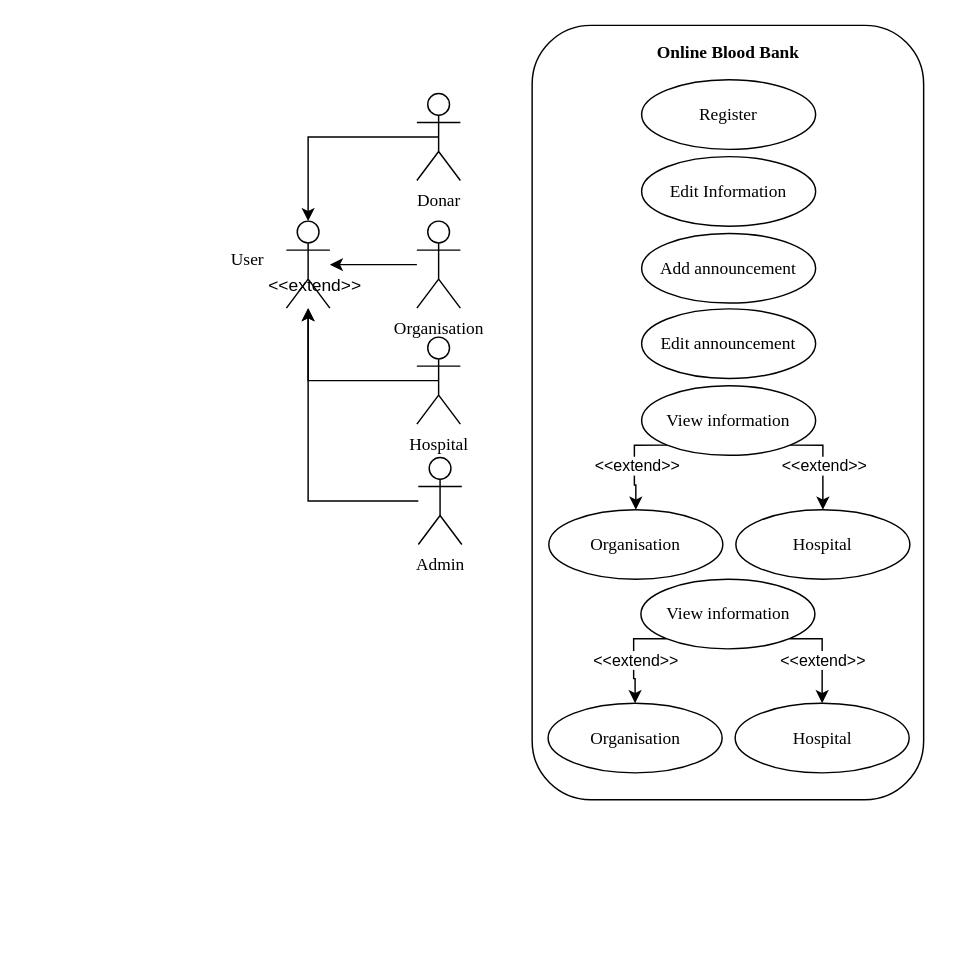
Earlier version of the draw.io diagram Untitled Diagram.drawio (MADEYE42/SE-Mini-Project). Source tidied: cells renumbered, new cells numbered last; positions are measured from the earlier drawing's top-left corner, leaving out a move shared by most shapes. Both pictures are drawn from the tidied source at 145%, with x=0, y=0 at pixel (210, 25).
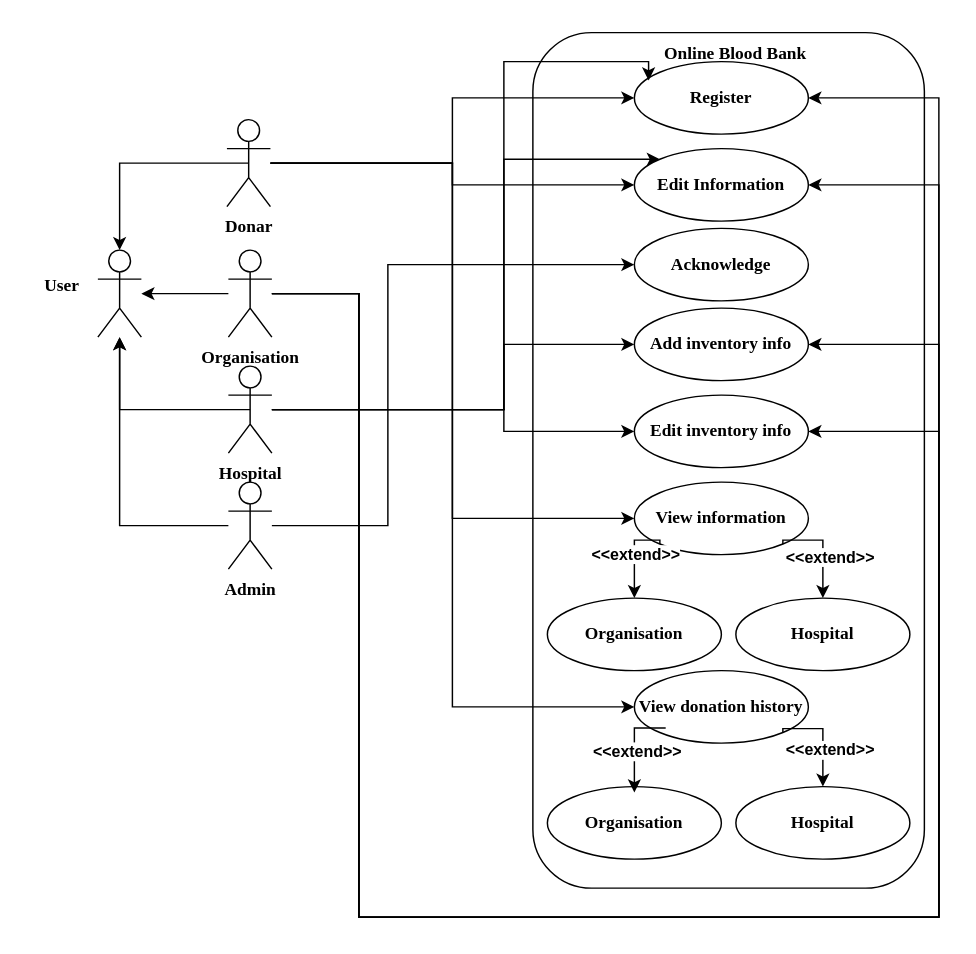
The same diagram, later.

Diff of the diagram source:
```diff
@@
-<mxGraphModel>
+<mxGraphModel background="#ffffff">
@@
+    <mxCell id="3" style="edgeStyle=orthogonalEdgeStyle;rounded=0;jettySize=auto;html=1;exitX=0.5;exitY=0.5;exitDx=0;exitDy=0;exitPerimeter=0;fontFamily=Times New Roman;fontStyle=1;" parent="1" edge="1" source="4" target="2">
+      <mxGeometry relative="1" as="geometry" />
+    </mxCell>
+    <mxCell id="5" style="edgeStyle=orthogonalEdgeStyle;rounded=0;jettySize=auto;html=1;fontFamily=Times New Roman;fontStyle=1;" parent="1" edge="1" source="6" target="2">
+      <mxGeometry relative="1" as="geometry" />
+    </mxCell>
+    <mxCell id="12" style="rounded=1;whiteSpace=wrap;html=1;fontFamily=Times New Roman;fontStyle=1;" parent="1" vertex="1">
+      <mxGeometry x="222" y="5" width="270" height="590" as="geometry" />
+    </mxCell>
-    <mxCell id="2" style="shape=umlActor;verticalLabelPosition=bottom;verticalAlign=top;html=1;outlineConnect=0;fontFamily=Times New Roman;" parent="1" vertex="1">
-      <mxGeometry x="52" y="135" width="30" height="60" as="geometry" />
+    <mxCell id="2" style="shape=umlActor;verticalLabelPosition=bottom;verticalAlign=top;html=1;outlineConnect=0;fontFamily=Times New Roman;fontStyle=1;" parent="1" vertex="1">
+      <mxGeometry x="-78" y="155" width="30" height="60" as="geometry" />
     </mxCell>
-    <mxCell id="3" style="edgeStyle=orthogonalEdgeStyle;rounded=0;jettySize=auto;html=1;exitX=0.5;exitY=0.5;exitDx=0;exitDy=0;exitPerimeter=0;fontFamily=Times New Roman;" parent="1" edge="1" source="4" target="2">
-      <mxGeometry relative="1" as="geometry" />
-    </mxCell>
+    <mxCell id="33" style="edgeStyle=orthogonalEdgeStyle;rounded=0;jettySize=auto;html=1;entryX=0;entryY=0;entryDx=0;entryDy=0;fontStyle=1;" parent="1" edge="1" source="4" target="15">
+      <mxGeometry relative="1" as="geometry">
+        <Array as="points">
+          <mxPoint x="202" y="265" />
+          <mxPoint x="202" y="92" />
+        </Array>
+      </mxGeometry>
+    </mxCell>
+    <mxCell id="34" style="edgeStyle=orthogonalEdgeStyle;rounded=0;jettySize=auto;html=1;fontStyle=1;" parent="1" edge="1" source="4" target="16">
+      <mxGeometry relative="1" as="geometry">
+        <Array as="points">
+          <mxPoint x="202" y="265" />
+          <mxPoint x="202" y="220" />
+        </Array>
+      </mxGeometry>
+    </mxCell>
+    <mxCell id="35" style="edgeStyle=orthogonalEdgeStyle;rounded=0;jettySize=auto;html=1;fontStyle=1;" parent="1" edge="1" source="4" target="17">
+      <mxGeometry relative="1" as="geometry">
+        <Array as="points">
+          <mxPoint x="202" y="265" />
+          <mxPoint x="202" y="280" />
+        </Array>
+      </mxGeometry>
+    </mxCell>
-    <mxCell id="4" value="Hospital" style="shape=umlActor;verticalLabelPosition=bottom;verticalAlign=top;html=1;outlineConnect=0;fontFamily=Times New Roman;" parent="1" vertex="1">
-      <mxGeometry x="142" y="215" width="30" height="60" as="geometry" />
+    <mxCell id="4" value="Hospital" style="shape=umlActor;verticalLabelPosition=bottom;verticalAlign=top;html=1;outlineConnect=0;fontFamily=Times New Roman;fontStyle=1;" parent="1" vertex="1">
+      <mxGeometry x="12" y="235" width="30" height="60" as="geometry" />
     </mxCell>
-    <mxCell id="5" style="edgeStyle=orthogonalEdgeStyle;rounded=0;jettySize=auto;html=1;fontFamily=Times New Roman;" parent="1" edge="1" source="6" target="2">
-      <mxGeometry relative="1" as="geometry" />
-    </mxCell>
+    <mxCell id="36" style="edgeStyle=orthogonalEdgeStyle;rounded=0;jettySize=auto;html=1;entryX=1;entryY=0.5;entryDx=0;entryDy=0;fontStyle=1;" parent="1" edge="1" source="6" target="14">
+      <mxGeometry relative="1" as="geometry">
+        <Array as="points">
+          <mxPoint x="102" y="185" />
+          <mxPoint x="102" y="615" />
+          <mxPoint x="502" y="615" />
+          <mxPoint x="502" y="50" />
+        </Array>
+      </mxGeometry>
+    </mxCell>
+    <mxCell id="37" style="edgeStyle=orthogonalEdgeStyle;rounded=0;jettySize=auto;html=1;entryX=1;entryY=0.5;entryDx=0;entryDy=0;fontStyle=1;" parent="1" edge="1" source="6" target="15">
+      <mxGeometry relative="1" as="geometry">
+        <Array as="points">
+          <mxPoint x="102" y="185" />
+          <mxPoint x="102" y="615" />
+          <mxPoint x="502" y="615" />
+          <mxPoint x="502" y="110" />
+        </Array>
+      </mxGeometry>
+    </mxCell>
+    <mxCell id="38" style="edgeStyle=orthogonalEdgeStyle;rounded=0;jettySize=auto;html=1;entryX=1;entryY=0.5;entryDx=0;entryDy=0;fontStyle=1;" parent="1" edge="1" source="6" target="16">
+      <mxGeometry relative="1" as="geometry">
+        <Array as="points">
+          <mxPoint x="102" y="185" />
+          <mxPoint x="102" y="615" />
+          <mxPoint x="502" y="615" />
+          <mxPoint x="502" y="220" />
+        </Array>
+      </mxGeometry>
+    </mxCell>
+    <mxCell id="39" style="edgeStyle=orthogonalEdgeStyle;rounded=0;jettySize=auto;html=1;entryX=1;entryY=0.5;entryDx=0;entryDy=0;fontStyle=1;" parent="1" edge="1" source="6" target="17">
+      <mxGeometry relative="1" as="geometry">
+        <Array as="points">
+          <mxPoint x="102" y="185" />
+          <mxPoint x="102" y="615" />
+          <mxPoint x="502" y="615" />
+          <mxPoint x="502" y="280" />
+        </Array>
+      </mxGeometry>
+    </mxCell>
-    <mxCell id="6" value="Organisation" style="shape=umlActor;verticalLabelPosition=bottom;verticalAlign=top;html=1;outlineConnect=0;fontFamily=Times New Roman;" parent="1" vertex="1">
-      <mxGeometry x="142" y="135" width="30" height="60" as="geometry" />
+    <mxCell id="6" value="Organisation" style="shape=umlActor;verticalLabelPosition=bottom;verticalAlign=top;html=1;outlineConnect=0;fontFamily=Times New Roman;fontStyle=1;" parent="1" vertex="1">
+      <mxGeometry x="12" y="155" width="30" height="60" as="geometry" />
     </mxCell>
+    <mxCell id="40" style="edgeStyle=orthogonalEdgeStyle;rounded=0;jettySize=auto;html=1;entryX=0;entryY=0.5;entryDx=0;entryDy=0;fontStyle=1;" parent="1" edge="1" source="7" target="22">
+      <mxGeometry relative="1" as="geometry" />
+    </mxCell>
+    <mxCell id="41" style="edgeStyle=orthogonalEdgeStyle;rounded=0;jettySize=auto;html=1;entryX=0;entryY=0.5;entryDx=0;entryDy=0;fontStyle=1;" parent="1" edge="1" source="7" target="14">
+      <mxGeometry relative="1" as="geometry" />
+    </mxCell>
+    <mxCell id="42" style="edgeStyle=orthogonalEdgeStyle;rounded=0;jettySize=auto;html=1;entryX=0;entryY=0.5;entryDx=0;entryDy=0;fontStyle=1;" parent="1" edge="1" source="7" target="15">
+      <mxGeometry relative="1" as="geometry" />
+    </mxCell>
-    <mxCell id="7" value="Donar" style="shape=umlActor;verticalLabelPosition=bottom;verticalAlign=top;html=1;outlineConnect=0;fontFamily=Times New Roman;" parent="1" vertex="1">
-      <mxGeometry x="142" y="47" width="30" height="60" as="geometry" />
+    <mxCell id="7" value="Donar" style="shape=umlActor;verticalLabelPosition=bottom;verticalAlign=top;html=1;outlineConnect=0;fontFamily=Times New Roman;fontStyle=1;" parent="1" vertex="1">
+      <mxGeometry x="11" y="65" width="30" height="60" as="geometry" />
     </mxCell>
-    <mxCell id="8" style="edgeStyle=orthogonalEdgeStyle;rounded=0;jettySize=auto;html=1;fontFamily=Times New Roman;" parent="1" edge="1" source="9" target="2">
-      <mxGeometry relative="1" as="geometry" />
-    </mxCell>
+    <mxCell id="43" style="edgeStyle=orthogonalEdgeStyle;rounded=0;jettySize=auto;html=1;entryX=0;entryY=0.5;entryDx=0;entryDy=0;fontStyle=1;" parent="1" edge="1" source="9" target="44">
+      <mxGeometry relative="1" as="geometry">
+        <Array as="points">
+          <mxPoint x="122" y="345" />
+          <mxPoint x="122" y="165" />
+        </Array>
+      </mxGeometry>
+    </mxCell>
-    <mxCell id="9" value="Admin" style="shape=umlActor;verticalLabelPosition=bottom;verticalAlign=top;html=1;outlineConnect=0;fontFamily=Times New Roman;" parent="1" vertex="1">
-      <mxGeometry x="143" y="298" width="30" height="60" as="geometry" />
+    <mxCell id="9" value="Admin" style="shape=umlActor;verticalLabelPosition=bottom;verticalAlign=top;html=1;outlineConnect=0;fontFamily=Times New Roman;fontStyle=1;" parent="1" vertex="1">
+      <mxGeometry x="12" y="315" width="30" height="60" as="geometry" />
     </mxCell>
-    <mxCell id="10" style="edgeStyle=orthogonalEdgeStyle;rounded=0;jettySize=auto;html=1;exitX=0.5;exitY=0.5;exitDx=0;exitDy=0;exitPerimeter=0;entryX=0.5;entryY=0;entryDx=0;entryDy=0;entryPerimeter=0;fontFamily=Times New Roman;" parent="1" edge="1" source="7" target="2">
-      <mxGeometry relative="1" as="geometry" />
-    </mxCell>
-    <mxCell id="11" value="User" style="text;html=1;align=center;verticalAlign=middle;strokeColor=none;fillColor=none;fontFamily=Times New Roman;" parent="1" vertex="1">
-      <mxGeometry y="147" width="50" height="30" as="geometry" />
-    </mxCell>
-    <mxCell id="12" style="rounded=1;whiteSpace=wrap;html=1;fontFamily=Times New Roman;" parent="1" vertex="1">
-      <mxGeometry x="221.5" width="270" height="534" as="geometry" />
-    </mxCell>
     <mxCell id="13" value="Online Blood Bank" style="text;html=1;align=center;verticalAlign=middle;whiteSpace=wrap;rounded=0;fontStyle=1;fontFamily=Times New Roman;" parent="1" vertex="1">
-      <mxGeometry x="297" y="4" width="120" height="30" as="geometry" />
+      <mxGeometry x="302" y="5" width="120" height="30" as="geometry" />
     </mxCell>
-    <mxCell id="14" value="Register" style="ellipse;whiteSpace=wrap;html=1;fontFamily=Times New Roman;" parent="1" vertex="1">
-      <mxGeometry x="297" y="37.5" width="120" height="48" as="geometry" />
+    <mxCell id="14" value="Register" style="ellipse;whiteSpace=wrap;html=1;fontFamily=Times New Roman;fontStyle=1;" parent="1" vertex="1">
+      <mxGeometry x="292" y="25" width="120" height="50" as="geometry" />
     </mxCell>
-    <mxCell id="15" value="Edit Information" style="ellipse;whiteSpace=wrap;html=1;fontFamily=Times New Roman;" parent="1" vertex="1">
-      <mxGeometry x="297" y="90.5" width="120" height="48" as="geometry" />
+    <mxCell id="15" value="Edit Information" style="ellipse;whiteSpace=wrap;html=1;fontFamily=Times New Roman;fontStyle=1;" parent="1" vertex="1">
+      <mxGeometry x="292" y="85" width="120" height="50" as="geometry" />
     </mxCell>
-    <mxCell id="16" value="Add announcement" style="ellipse;whiteSpace=wrap;html=1;fontFamily=Times New Roman;" parent="1" vertex="1">
-      <mxGeometry x="297" y="143.5" width="120" height="48" as="geometry" />
+    <mxCell id="16" value="Add inventory info" style="ellipse;whiteSpace=wrap;html=1;fontFamily=Times New Roman;fontStyle=1;" parent="1" vertex="1">
+      <mxGeometry x="292" y="195" width="120" height="50" as="geometry" />
     </mxCell>
-    <mxCell id="17" value="Edit announcement" style="ellipse;whiteSpace=wrap;html=1;fontFamily=Times New Roman;" parent="1" vertex="1">
-      <mxGeometry x="297" y="195.5" width="120" height="48" as="geometry" />
+    <mxCell id="17" value="Edit inventory info" style="ellipse;whiteSpace=wrap;html=1;fontFamily=Times New Roman;fontStyle=1;" parent="1" vertex="1">
+      <mxGeometry x="292" y="255" width="120" height="50" as="geometry" />
     </mxCell>
+    <mxCell id="22" value="View information" style="ellipse;whiteSpace=wrap;html=1;fontFamily=Times New Roman;fontStyle=1;" parent="1" vertex="1">
+      <mxGeometry x="292" y="315" width="120" height="50" as="geometry" />
+    </mxCell>
+    <mxCell id="23" value="Organisation" style="ellipse;whiteSpace=wrap;html=1;fontFamily=Times New Roman;fontStyle=1;" parent="1" vertex="1">
+      <mxGeometry x="232" y="395" width="120" height="50" as="geometry" />
+    </mxCell>
+    <mxCell id="24" value="Hospital" style="ellipse;whiteSpace=wrap;html=1;fontFamily=Times New Roman;fontStyle=1;" parent="1" vertex="1">
+      <mxGeometry x="362" y="395" width="120" height="50" as="geometry" />
+    </mxCell>
+    <mxCell id="30" value="View donation history" style="ellipse;whiteSpace=wrap;html=1;fontFamily=Times New Roman;fontStyle=1;" parent="1" vertex="1">
+      <mxGeometry x="292" y="445" width="120" height="50" as="geometry" />
+    </mxCell>
+    <mxCell id="31" value="Organisation" style="ellipse;whiteSpace=wrap;html=1;fontFamily=Times New Roman;fontStyle=1;" parent="1" vertex="1">
+      <mxGeometry x="232" y="525" width="120" height="50" as="geometry" />
+    </mxCell>
+    <mxCell id="32" value="Hospital" style="ellipse;whiteSpace=wrap;html=1;fontFamily=Times New Roman;fontStyle=1;" parent="1" vertex="1">
+      <mxGeometry x="362" y="525" width="120" height="50" as="geometry" />
+    </mxCell>
+    <mxCell id="44" value="Acknowledge" style="ellipse;whiteSpace=wrap;html=1;fontFamily=Times New Roman;fontStyle=1;" parent="1" vertex="1">
+      <mxGeometry x="292" y="140" width="120" height="50" as="geometry" />
+    </mxCell>
+    <mxCell id="45" style="edgeStyle=orthogonalEdgeStyle;rounded=0;jettySize=auto;html=1;entryX=0;entryY=0.5;entryDx=0;entryDy=0;fontStyle=1;" parent="1" edge="1" source="7" target="30">
+      <mxGeometry relative="1" as="geometry" />
+    </mxCell>
+    <mxCell id="8" style="edgeStyle=orthogonalEdgeStyle;rounded=0;jettySize=auto;html=1;fontFamily=Times New Roman;fontStyle=1;" parent="1" edge="1" source="9" target="2">
+      <mxGeometry relative="1" as="geometry" />
+    </mxCell>
+    <mxCell id="10" style="edgeStyle=orthogonalEdgeStyle;rounded=0;jettySize=auto;html=1;exitX=0.5;exitY=0.5;exitDx=0;exitDy=0;exitPerimeter=0;entryX=0.5;entryY=0;entryDx=0;entryDy=0;entryPerimeter=0;fontFamily=Times New Roman;fontStyle=1;" parent="1" edge="1" source="7" target="2">
+      <mxGeometry relative="1" as="geometry" />
+    </mxCell>
+    <mxCell id="11" value="User" style="text;html=1;align=center;verticalAlign=middle;strokeColor=none;fillColor=none;fontFamily=Times New Roman;fontStyle=1;" parent="1" vertex="1">
+      <mxGeometry x="-128" y="165" width="50" height="30" as="geometry" />
+    </mxCell>
-    <mxCell id="18" style="edgeStyle=orthogonalEdgeStyle;rounded=0;jettySize=auto;html=1;exitX=1;exitY=1;exitDx=0;exitDy=0;entryX=0.5;entryY=0;entryDx=0;entryDy=0;" parent="1" edge="1" source="22" target="24">
+    <mxCell id="18" style="edgeStyle=orthogonalEdgeStyle;rounded=0;jettySize=auto;html=1;exitX=1;exitY=1;exitDx=0;exitDy=0;entryX=0.5;entryY=0;entryDx=0;entryDy=0;fontStyle=1;" parent="1" edge="1" source="22" target="24">
       <mxGeometry relative="1" as="geometry">
         <Array as="points">
-          <mxPoint x="422" y="290" />
+          <mxPoint x="422" y="355" />
         </Array>
       </mxGeometry>
     </mxCell>
-    <mxCell id="19" value="&amp;lt;&amp;lt;extend&amp;gt;&amp;gt;" style="edgeLabel;html=1;align=center;verticalAlign=middle;" parent="18" vertex="1">
-      <mxGeometry x="0.02" y="-4" relative="1" as="geometry">
-        <mxPoint x="4" y="3" as="offset" />
+    <mxCell id="19" value="&amp;lt;&amp;lt;extend&amp;gt;&amp;gt;" style="edgeLabel;html=1;align=center;verticalAlign=middle;fontStyle=1;" parent="18" vertex="1">
+      <mxGeometry relative="1" as="geometry">
+        <mxPoint x="4" y="7" as="offset" />
       </mxGeometry>
     </mxCell>
-    <mxCell id="20" style="edgeStyle=orthogonalEdgeStyle;rounded=0;jettySize=auto;html=1;exitX=0;exitY=1;exitDx=0;exitDy=0;entryX=0.5;entryY=0;entryDx=0;entryDy=0;" parent="1" edge="1" source="22" target="23">
+    <mxCell id="20" style="edgeStyle=orthogonalEdgeStyle;rounded=0;jettySize=auto;html=1;exitX=0;exitY=1;exitDx=0;exitDy=0;entryX=0.5;entryY=0;entryDx=0;entryDy=0;fontStyle=1;" parent="1" edge="1" source="22" target="23">
       <mxGeometry relative="1" as="geometry">
         <Array as="points">
-          <mxPoint x="292" y="290" />
-          <mxPoint x="292" y="317" />
-          <mxPoint x="293" y="317" />
+          <mxPoint x="292" y="355" />
+          <mxPoint x="292" y="375" />
+          <mxPoint x="292" y="375" />
         </Array>
       </mxGeometry>
     </mxCell>
-    <mxCell id="21" value="&amp;lt;&amp;lt;extend&amp;gt;&amp;gt;" style="edgeLabel;html=1;align=center;verticalAlign=middle;" parent="20" vertex="1">
-      <mxGeometry x="0.21" relative="1" as="geometry">
-        <mxPoint x="1" y="-4" as="offset" />
-      </mxGeometry>
+    <mxCell id="21" value="&amp;lt;&amp;lt;extend&amp;gt;&amp;gt;" style="edgeLabel;html=1;align=center;verticalAlign=middle;fontStyle=1;" parent="20" vertex="1">
+      <mxGeometry relative="1" as="geometry" />
     </mxCell>
-    <mxCell id="22" value="View information" style="ellipse;whiteSpace=wrap;html=1;fontFamily=Times New Roman;" parent="1" vertex="1">
-      <mxGeometry x="297" y="248.5" width="120" height="48" as="geometry" />
-    </mxCell>
-    <mxCell id="23" value="Organisation" style="ellipse;whiteSpace=wrap;html=1;fontFamily=Times New Roman;" parent="1" vertex="1">
-      <mxGeometry x="233" y="334" width="120" height="48" as="geometry" />
-    </mxCell>
-    <mxCell id="24" value="Hospital" style="ellipse;whiteSpace=wrap;html=1;fontFamily=Times New Roman;" parent="1" vertex="1">
-      <mxGeometry x="362" y="334" width="120" height="48" as="geometry" />
-    </mxCell>
-    <mxCell id="25" value="&amp;lt;&amp;lt;extend&amp;gt;&amp;gt;" style="text;html=1;align=center;verticalAlign=middle;whiteSpace=wrap;rounded=0;" parent="1" vertex="1">
-      <mxGeometry x="42" y="165" width="60" height="30" as="geometry" />
-    </mxCell>
-    <mxCell id="26" style="edgeStyle=orthogonalEdgeStyle;rounded=0;jettySize=auto;html=1;exitX=1;exitY=1;exitDx=0;exitDy=0;entryX=0.5;entryY=0;entryDx=0;entryDy=0;" parent="1" edge="1" source="30" target="32">
+    <mxCell id="26" style="edgeStyle=orthogonalEdgeStyle;rounded=0;jettySize=auto;html=1;exitX=1;exitY=1;exitDx=0;exitDy=0;entryX=0.5;entryY=0;entryDx=0;entryDy=0;fontStyle=1;" parent="1" edge="1" source="30" target="32">
       <mxGeometry relative="1" as="geometry">
         <Array as="points">
-          <mxPoint x="421.5" y="423.5" />
+          <mxPoint x="422" y="485" />
         </Array>
       </mxGeometry>
     </mxCell>
-    <mxCell id="27" value="&amp;lt;&amp;lt;extend&amp;gt;&amp;gt;" style="edgeLabel;html=1;align=center;verticalAlign=middle;" parent="26" vertex="1">
-      <mxGeometry x="0.02" y="-4" relative="1" as="geometry">
-        <mxPoint x="4" y="3" as="offset" />
+    <mxCell id="27" value="&amp;lt;&amp;lt;extend&amp;gt;&amp;gt;" style="edgeLabel;html=1;align=center;verticalAlign=middle;fontStyle=1;" parent="26" vertex="1">
+      <mxGeometry relative="1" as="geometry">
+        <mxPoint x="4" y="10" as="offset" />
       </mxGeometry>
     </mxCell>
-    <mxCell id="28" style="edgeStyle=orthogonalEdgeStyle;rounded=0;orthogonalLoop=1;jettySize=auto;html=1;exitX=0;exitY=1;exitDx=0;exitDy=0;entryX=0.5;entryY=0;entryDx=0;entryDy=0;" parent="1" edge="1">
+    <mxCell id="28" style="edgeStyle=orthogonalEdgeStyle;rounded=0;orthogonalLoop=1;jettySize=auto;html=1;exitX=0;exitY=1;exitDx=0;exitDy=0;entryX=0.5;entryY=0;entryDx=0;entryDy=0;fontStyle=1;" parent="1" edge="1">
       <mxGeometry relative="1" as="geometry">
-        <mxPoint x="314.1" y="423" as="sourcePoint" />
-        <mxPoint x="292.5" y="467.5" as="targetPoint" />
+        <mxPoint x="313.6" y="484.5" as="sourcePoint" />
+        <mxPoint x="292" y="529" as="targetPoint" />
         <Array as="points">
-          <mxPoint x="291.5" y="423.5" />
-          <mxPoint x="291.5" y="450.5" />
-          <mxPoint x="292.5" y="450.5" />
+          <mxPoint x="292" y="485" />
+          <mxPoint x="292" y="515" />
+          <mxPoint x="292" y="515" />
         </Array>
       </mxGeometry>
     </mxCell>
-    <mxCell id="29" value="&amp;lt;&amp;lt;extend&amp;gt;&amp;gt;" style="edgeLabel;html=1;align=center;verticalAlign=middle;" parent="28" vertex="1">
-      <mxGeometry x="0.21" relative="1" as="geometry">
-        <mxPoint x="1" y="-4" as="offset" />
+    <mxCell id="29" value="&amp;lt;&amp;lt;extend&amp;gt;&amp;gt;" style="edgeLabel;html=1;align=center;verticalAlign=middle;fontStyle=1;" parent="28" vertex="1">
+      <mxGeometry relative="1" as="geometry">
+        <mxPoint x="1" y="5" as="offset" />
       </mxGeometry>
     </mxCell>
-    <mxCell id="30" value="View information" style="ellipse;whiteSpace=wrap;html=1;fontFamily=Times New Roman;" parent="1" vertex="1">
-      <mxGeometry x="296.5" y="382" width="120" height="48" as="geometry" />
-    </mxCell>
-    <mxCell id="31" value="Organisation" style="ellipse;whiteSpace=wrap;html=1;fontFamily=Times New Roman;" parent="1" vertex="1">
-      <mxGeometry x="232.5" y="467.5" width="120" height="48" as="geometry" />
-    </mxCell>
-    <mxCell id="32" value="Hospital" style="ellipse;whiteSpace=wrap;html=1;fontFamily=Times New Roman;" parent="1" vertex="1">
-      <mxGeometry x="361.5" y="467.5" width="120" height="48" as="geometry" />
-    </mxCell>
+    <mxCell id="46" style="edgeStyle=orthogonalEdgeStyle;rounded=0;jettySize=auto;html=1;entryX=0.082;entryY=0.26;entryDx=0;entryDy=0;entryPerimeter=0;fontStyle=1;" parent="1" edge="1" source="4" target="14">
+      <mxGeometry relative="1" as="geometry">
+        <Array as="points">
+          <mxPoint x="202" y="265" />
+          <mxPoint x="202" y="25" />
+          <mxPoint x="302" y="25" />
+          <mxPoint x="302" y="38" />
+        </Array>
+      </mxGeometry>
+    </mxCell>
```
